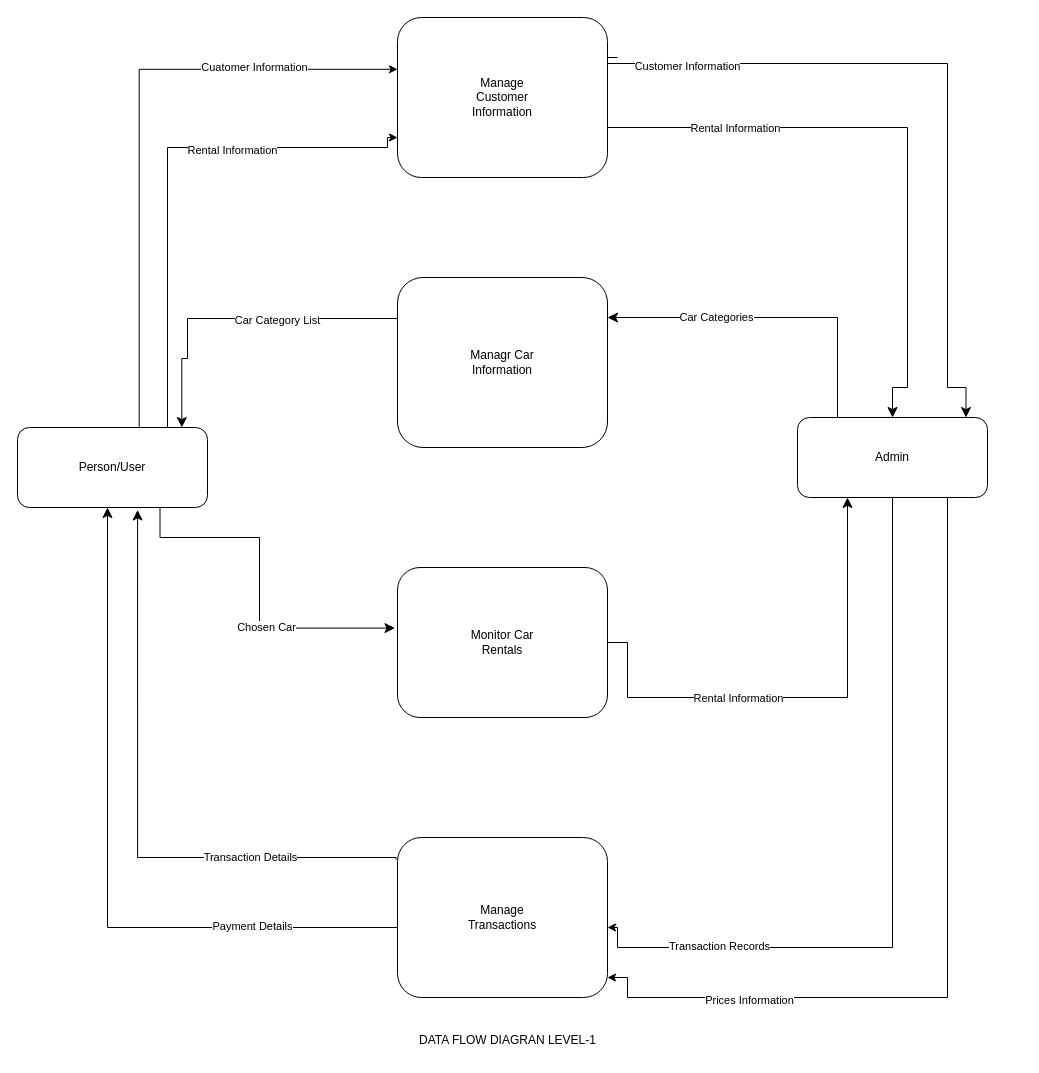
Before: Diagrams/DFD/Final/DrawIO files/DFD 1_1 white.drawio in Ramoniswack/Car-Rental-Management-System, a draw.io diagram. Source tidied: cells renumbered, new cells numbered last; positions are measured from the earlier drawing's top-left corner, leaving out a move shared by most shapes. Both pictures are drawn from the tidied source at 100%, with x=0, y=0 at pixel (17, 17).
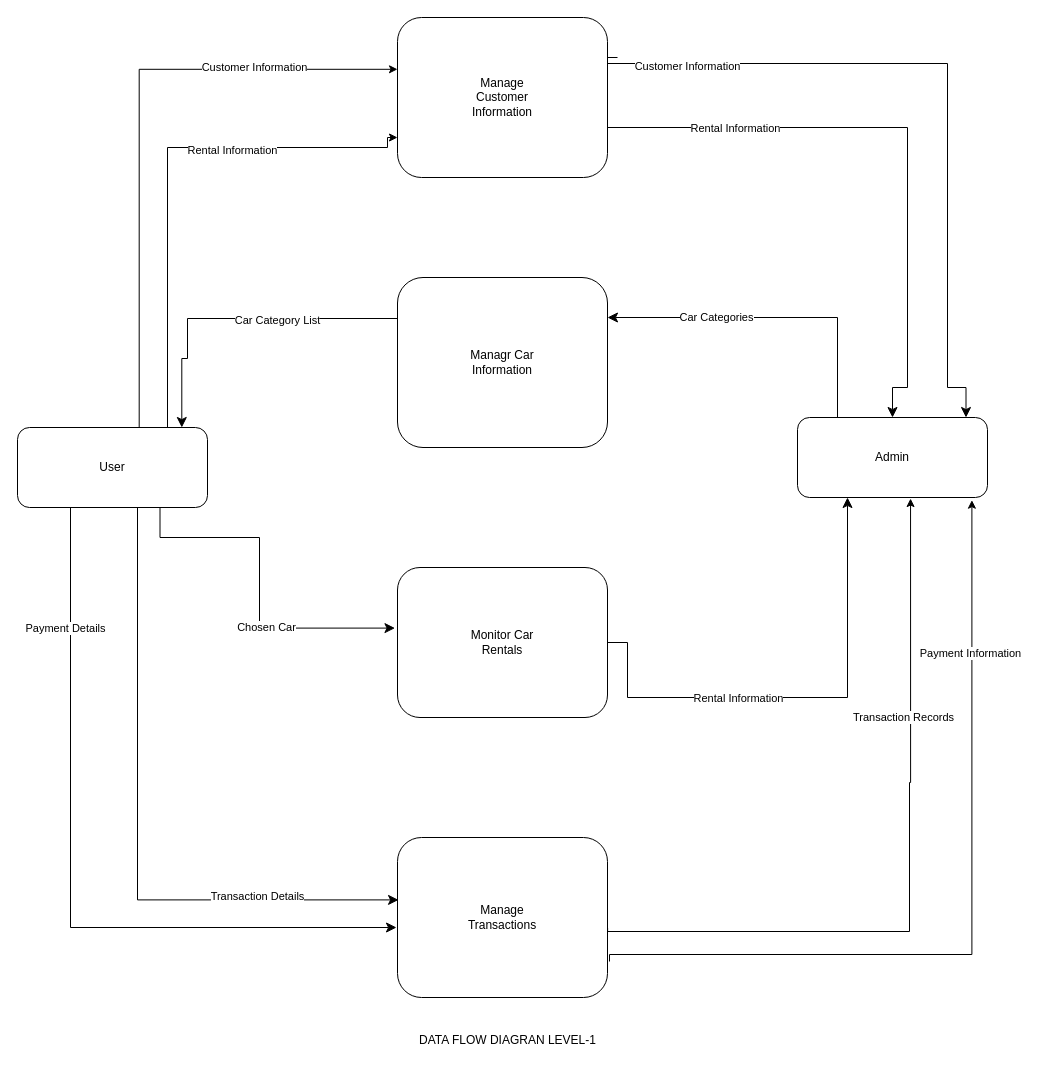
Above is the later version.

The change refers to these unchanged cells:
```xml
<mxCell id="5" value="Manage&lt;div&gt;Transactions&lt;/div&gt;" style="rounded=1;whiteSpace=wrap;html=1;" parent="1" vertex="1">
  <mxGeometry x="380" y="820" width="210" height="160" as="geometry" />
</mxCell>
<mxCell id="10" value="Admin" style="rounded=1;whiteSpace=wrap;html=1;" parent="1" vertex="1">
  <mxGeometry x="780" y="400" width="190" height="80" as="geometry" />
</mxCell>
<mxCell id="14" style="edgeStyle=orthogonalEdgeStyle;rounded=0;orthogonalLoop=1;jettySize=auto;html=1;exitX=0.5;exitY=0;exitDx=0;exitDy=0;entryX=-0.032;entryY=0.324;entryDx=0;entryDy=0;entryPerimeter=0;" parent="1" edge="1">
  <mxGeometry relative="1" as="geometry">
    <mxPoint x="101.7" y="410" as="sourcePoint" />
    <mxPoint x="380" y="51.8" as="targetPoint" />
    <Array as="points">
      <mxPoint x="121.7" y="410" />
      <mxPoint x="121.7" y="52" />
    </Array>
  </mxGeometry>
</mxCell>
```

Diff of the diagram source:
```diff
@@
-    <mxCell id="6" style="edgeStyle=orthogonalEdgeStyle;rounded=0;jettySize=auto;html=1;" parent="1" edge="1" source="10">
+    <mxCell id="6" style="edgeStyle=orthogonalEdgeStyle;rounded=0;jettySize=auto;html=1;exitX=1.002;exitY=0.665;exitDx=0;exitDy=0;exitPerimeter=0;entryX=0.595;entryY=1.013;entryDx=0;entryDy=0;entryPerimeter=0;" parent="1" edge="1" target="10">
       <mxGeometry relative="1" as="geometry">
-        <mxPoint x="590" y="910" as="targetPoint" />
+        <mxPoint x="590.1" y="910.4" as="sourcePoint" />
         <Array as="points">
-          <mxPoint x="875" y="930" />
-          <mxPoint x="600" y="930" />
+          <mxPoint x="590" y="914" />
+          <mxPoint x="892" y="914" />
+          <mxPoint x="892" y="765" />
         </Array>
       </mxGeometry>
     </mxCell>
     <mxCell id="7" value="Transaction Records" style="edgeLabel;html=1;align=center;verticalAlign=middle;" parent="6" vertex="1">
       <mxGeometry x="0.65" y="-2" relative="1" as="geometry">
-        <mxPoint x="-1" as="offset" />
+        <mxPoint x="-10" y="89" as="offset" />
       </mxGeometry>
     </mxCell>
-    <mxCell id="8" style="edgeStyle=orthogonalEdgeStyle;rounded=0;orthogonalLoop=1;jettySize=auto;html=1;" parent="1" edge="1">
+    <mxCell id="8" style="edgeStyle=orthogonalEdgeStyle;rounded=0;orthogonalLoop=1;jettySize=auto;html=1;entryX=0.918;entryY=1.096;entryDx=0;entryDy=0;entryPerimeter=0;" parent="1" edge="1">
       <mxGeometry relative="1" as="geometry">
-        <mxPoint x="930" y="470" as="sourcePoint" />
-        <mxPoint x="590" y="960" as="targetPoint" />
+        <mxPoint x="592" y="944" as="sourcePoint" />
+        <mxPoint x="954.4" y="482.7" as="targetPoint" />
         <Array as="points">
-          <mxPoint x="930" y="980" />
-          <mxPoint x="610" y="980" />
-          <mxPoint x="610" y="960" />
+          <mxPoint x="592" y="937" />
+          <mxPoint x="954" y="937" />
         </Array>
       </mxGeometry>
     </mxCell>
-    <mxCell id="9" value="Prices Information" style="edgeLabel;html=1;align=center;verticalAlign=middle;" parent="8" vertex="1">
+    <mxCell id="9" value="Payment Information" style="edgeLabel;html=1;align=center;verticalAlign=middle;" parent="8" vertex="1">
       <mxGeometry x="0.63" y="2" relative="1" as="geometry" />
     </mxCell>
@@
-    <mxCell id="13" value="Person/User" style="rounded=1;whiteSpace=wrap;html=1;" parent="1" vertex="1">
+    <mxCell id="13" value="User" style="rounded=1;whiteSpace=wrap;html=1;" parent="1" vertex="1">
       <mxGeometry y="410" width="190" height="80" as="geometry" />
     </mxCell>
@@
-    <mxCell id="15" value="Cuatomer Information" style="edgeLabel;html=1;align=center;verticalAlign=middle;" parent="14" vertex="1">
+    <mxCell id="15" value="Customer Information" style="edgeLabel;html=1;align=center;verticalAlign=middle;" parent="14" vertex="1">
       <mxGeometry x="0.55" y="2" relative="1" as="geometry" />
     </mxCell>
@@
-    <mxCell id="20" style="edgeStyle=segmentEdgeStyle;endArrow=classic;html=1;curved=0;rounded=0;endSize=8;startSize=8;sourcePerimeterSpacing=0;targetPerimeterSpacing=0;exitX=-0.007;exitY=0.138;exitDx=0;exitDy=0;exitPerimeter=0;entryX=0.632;entryY=1.031;entryDx=0;entryDy=0;entryPerimeter=0;" parent="1" edge="1" source="5" target="13">
-      <mxGeometry relative="1" as="geometry">
-        <Array as="points">
-          <mxPoint x="378" y="840" />
-          <mxPoint x="120" y="840" />
-        </Array>
-      </mxGeometry>
-    </mxCell>
-    <mxCell id="21" value="Transaction Details" style="edgeLabel;html=1;align=center;verticalAlign=middle;" parent="20" vertex="1">
-      <mxGeometry x="-0.51" y="-1" relative="1" as="geometry">
-        <mxPoint x="1" as="offset" />
-      </mxGeometry>
-    </mxCell>
-    <mxCell id="22" style="edgeStyle=segmentEdgeStyle;endArrow=classic;html=1;curved=0;rounded=0;endSize=8;startSize=8;sourcePerimeterSpacing=0;targetPerimeterSpacing=0;" parent="1" edge="1">
+    <mxCell id="22" style="edgeStyle=segmentEdgeStyle;endArrow=classic;html=1;curved=0;rounded=0;endSize=8;startSize=8;sourcePerimeterSpacing=0;targetPerimeterSpacing=0;exitX=0.5;exitY=1;exitDx=0;exitDy=0;" parent="1" edge="1" source="13">
       <mxGeometry relative="1" as="geometry">
-        <mxPoint x="380" y="910" as="sourcePoint" />
-        <mxPoint x="90" y="490" as="targetPoint" />
+        <mxPoint x="379" y="910" as="targetPoint" />
         <Array as="points">
-          <mxPoint x="90" y="910" />
+          <mxPoint x="53" y="490" />
+          <mxPoint x="53" y="910" />
         </Array>
       </mxGeometry>
     </mxCell>
     <mxCell id="23" value="Payment Details" style="edgeLabel;html=1;align=center;verticalAlign=middle;" parent="22" vertex="1">
-      <mxGeometry x="-0.59" y="-2" relative="1" as="geometry" />
+      <mxGeometry x="-0.59" y="-2" relative="1" as="geometry">
+        <mxPoint x="-4" as="offset" />
+      </mxGeometry>
     </mxCell>
@@
+    <mxCell id="33" style="edgeStyle=segmentEdgeStyle;endArrow=classic;html=1;curved=0;rounded=0;endSize=8;startSize=8;sourcePerimeterSpacing=0;targetPerimeterSpacing=0;entryX=0.005;entryY=0.39;entryDx=0;entryDy=0;entryPerimeter=0;exitX=0.5;exitY=1;exitDx=0;exitDy=0;" parent="1" edge="1" source="13" target="5">
+      <mxGeometry relative="1" as="geometry">
+        <Array as="points">
+          <mxPoint x="120" y="490" />
+          <mxPoint x="120" y="882" />
+        </Array>
+      </mxGeometry>
+    </mxCell>
+    <mxCell id="21" value="Transaction Details" style="edgeLabel;html=1;align=center;verticalAlign=middle;" parent="33" vertex="1">
+      <mxGeometry x="-0.51" y="-1" relative="1" as="geometry">
+        <mxPoint x="120" y="247" as="offset" />
+      </mxGeometry>
+    </mxCell>
```
